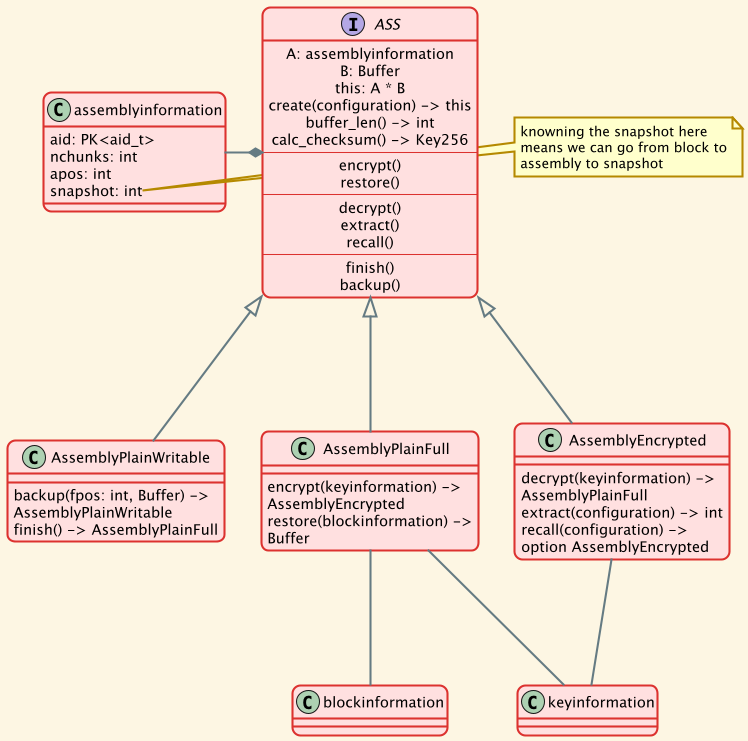
Earlier version of the PlantUML export out/relations.uml/assembly/assembly modules.png (eLyKseeR/modelling).
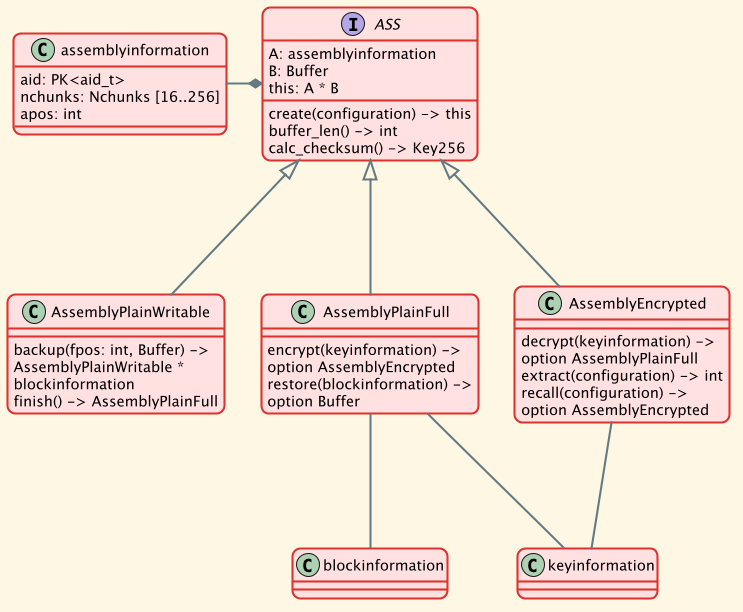
After the commit.

What changed in the source:
```diff
@@ -11,16 +11,6 @@
     create(configuration) -> this
     buffer_len() -> int
     calc_checksum() -> Key256
-    ----
-    encrypt()
-    restore()
-    ----
-    decrypt()
-    extract()
-    recall()
-    ----
-    finish()
-    backup()
 }
 
 ASS *-left- assemblyinformation
@@ -30,19 +20,19 @@
 ASS <|--- AssemblyEncrypted
 
 class AssemblyPlainWritable {
-    backup(fpos: int, Buffer) -> AssemblyPlainWritable
+    backup(fpos: int, Buffer) -> AssemblyPlainWritable * blockinformation
     finish() -> AssemblyPlainFull
 }
 
 class AssemblyPlainFull {
-    encrypt(keyinformation) -> AssemblyEncrypted
-    restore(blockinformation) -> Buffer
+    encrypt(keyinformation) -> option AssemblyEncrypted
+    restore(blockinformation) -> option Buffer
 }
 AssemblyPlainFull -down-- blockinformation
 AssemblyPlainFull -down-- keyinformation
 
 class AssemblyEncrypted {
-    decrypt(keyinformation) -> AssemblyPlainFull
+    decrypt(keyinformation) -> option AssemblyPlainFull
     extract(configuration) -> int
     recall(configuration) -> option AssemblyEncrypted
 }
```
